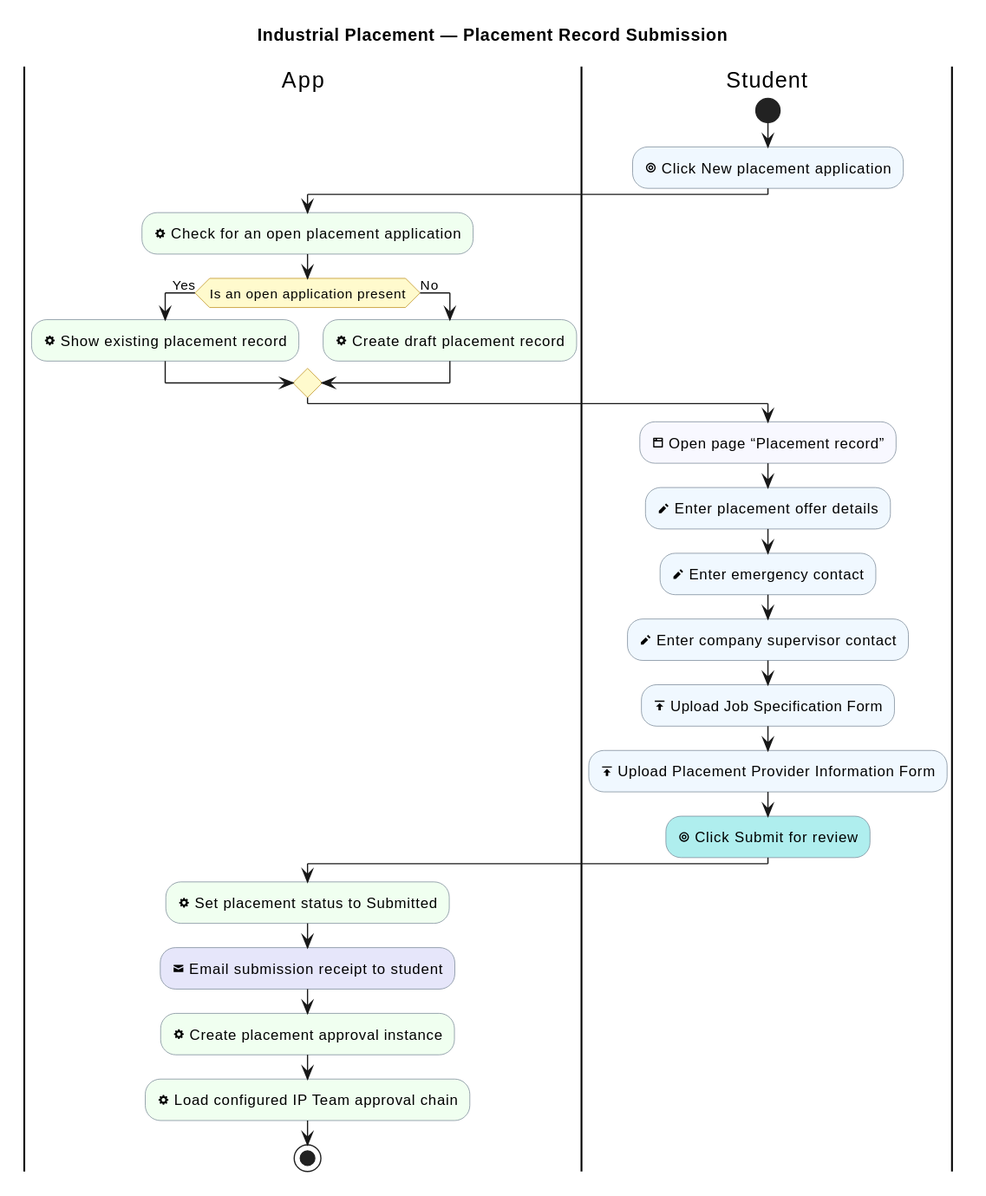
This is industrial-placement-group-project/diagrams/industrial-placement/placement-record-submission.svg from sdflkjssl/sdflkjssl.github.io, a PlantUML export, as it was before one commit.
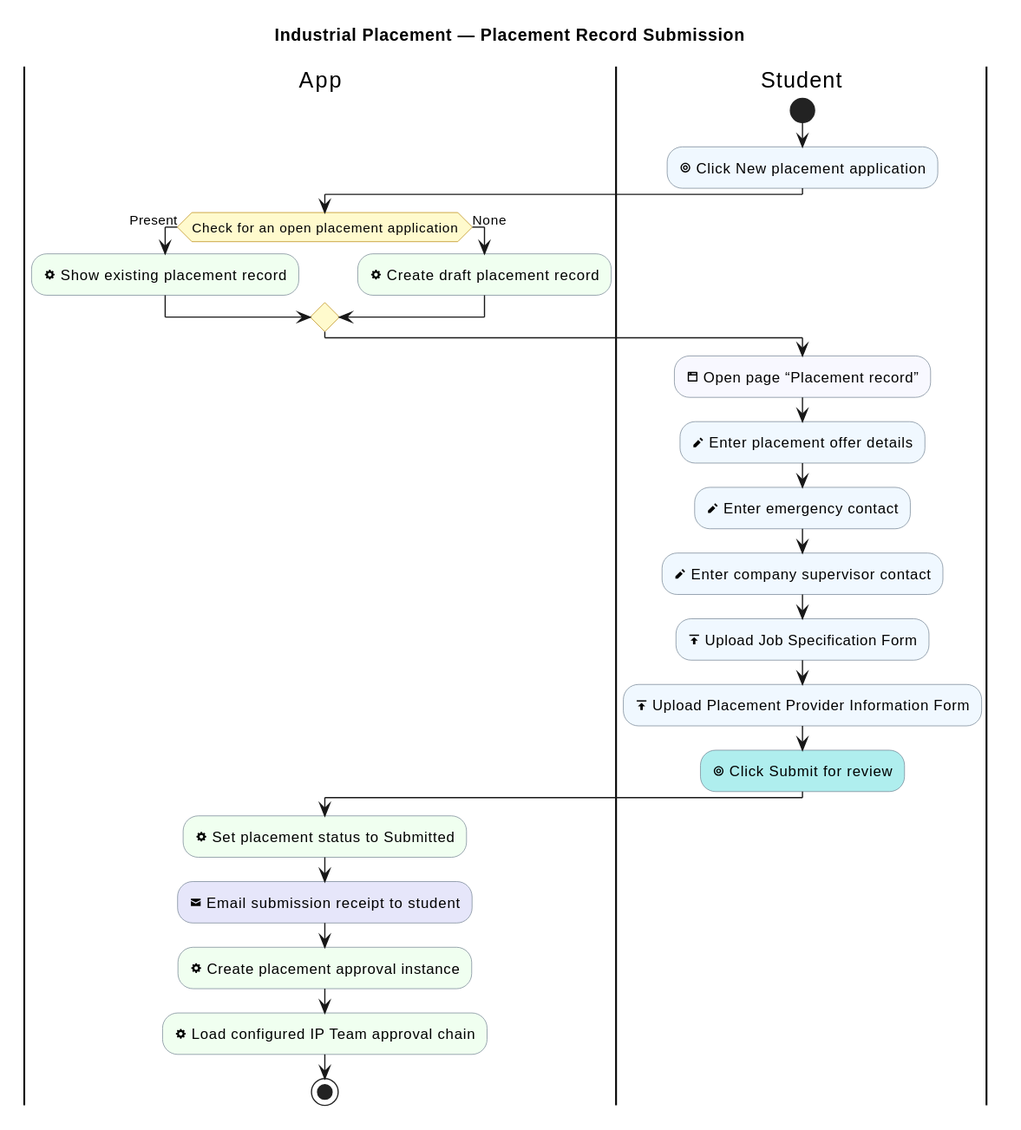
After the commit.

The edit, as a diff of the source:
```diff
@@ -14,10 +14,9 @@
 start
 :<&target> Click New placement application; <<#AliceBlue>>
 |App|
-:<&cog> Check for an open placement application; <<#HoneyDew>>
-if (Is an open application present) then (Yes)
+if (Check for an open placement application) then (Present)
   :<&cog> Show existing placement record; <<#HoneyDew>>
-else (No)
+else (None)
   :<&cog> Create draft placement record; <<#HoneyDew>>
 endif
 
```
